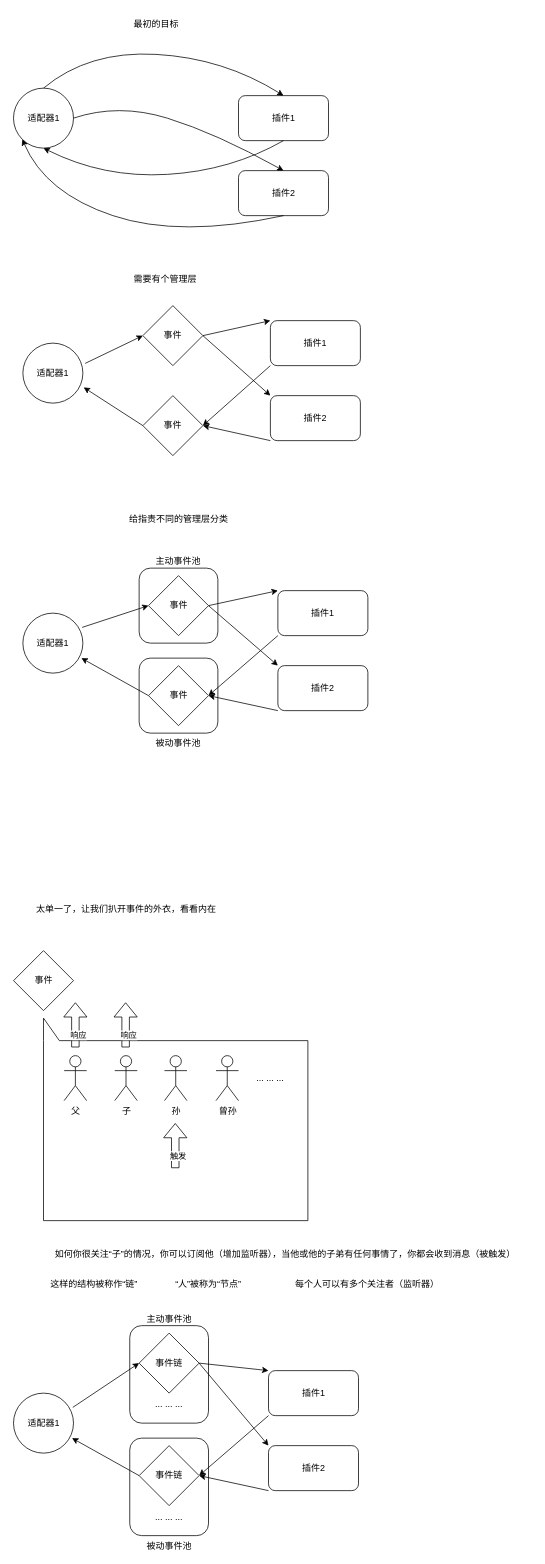
Above: prototype.drawio in arily/KissaBot (draw.io), before the change. Source tidied: cells renumbered, new cells numbered last; positions are measured from the earlier drawing's top-left corner, leaving out a move shared by most shapes. Both pictures are drawn from the tidied source at 75%, with x=0, y=0 at pixel (14, 13).
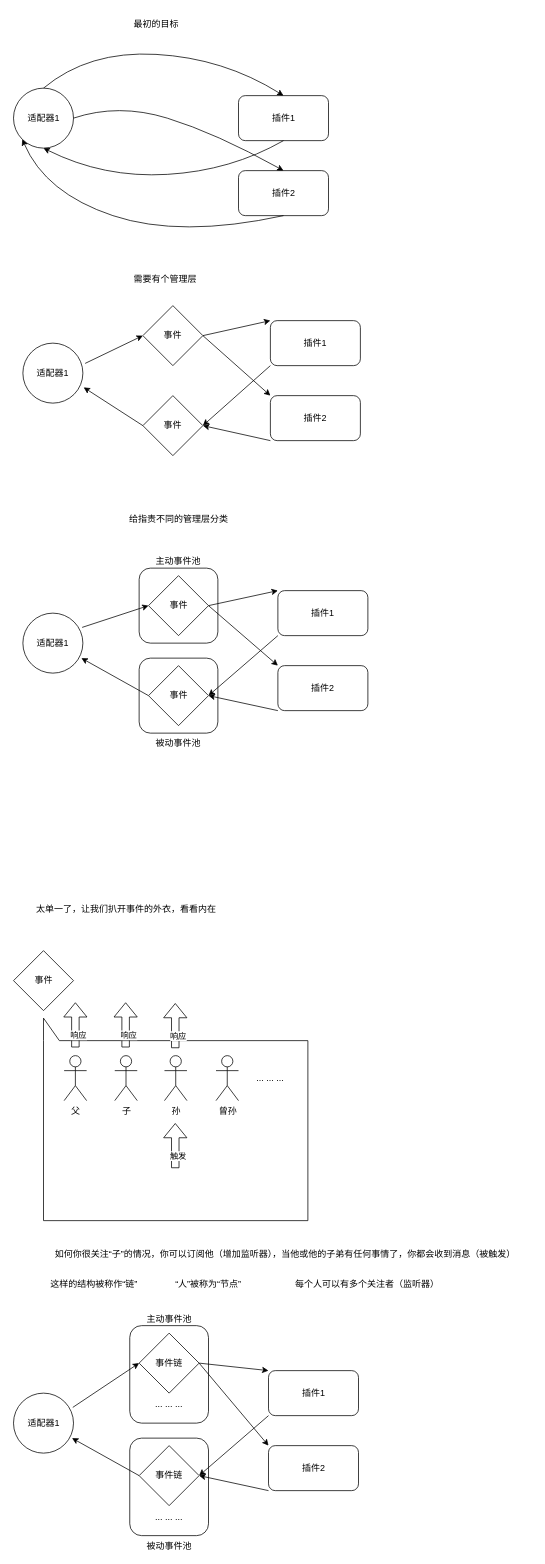
Above is the later version.

The edit, as a diff of the source:
```diff
@@
+    <mxCell id="69" style="shape=flexArrow;endArrow=classic;html=1;labelPosition=center;verticalLabelPosition=bottom;align=center;verticalAlign=top;" parent="1" edge="1">
+      <mxGeometry relative="1" as="geometry">
+        <mxPoint x="215.2" y="1380" as="sourcePoint" />
+        <mxPoint x="215.2" y="1320" as="targetPoint" />
+      </mxGeometry>
+    </mxCell>
+    <mxCell id="70" value="响应" style="edgeLabel;html=1;align=center;verticalAlign=middle;" parent="69" vertex="1">
+      <mxGeometry x="-0.43" y="-3" relative="1" as="geometry" />
+    </mxCell>
```
